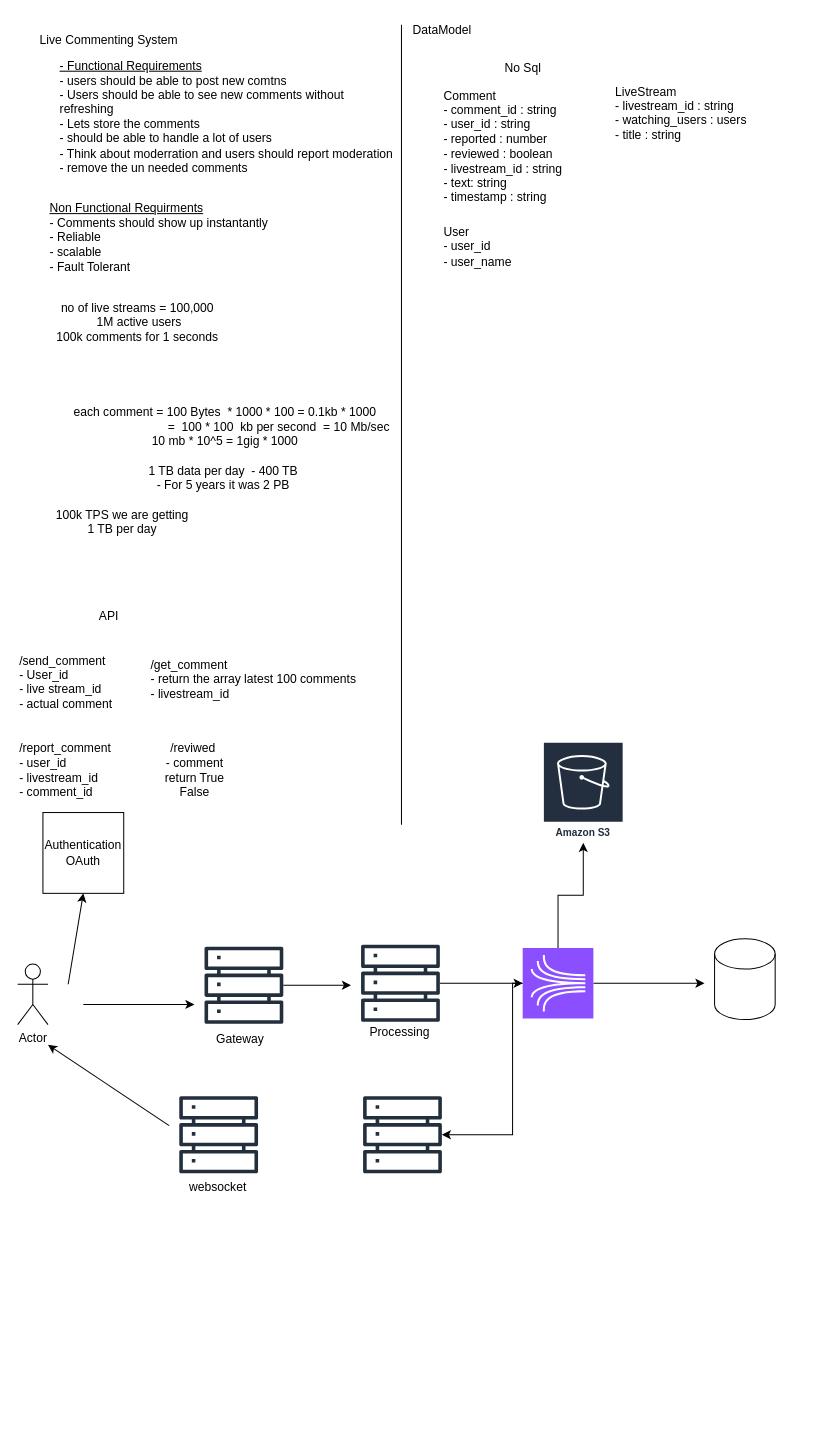
The draw.io diagram live_comments.drawio in chakri07/SystemDesignPractice, before the edit. Source tidied: cells renumbered, new cells numbered last; positions are measured from the earlier drawing's top-left corner, leaving out a move shared by most shapes. Both pictures are drawn from the tidied source at 101%, with x=0, y=0 at pixel (17, 17).
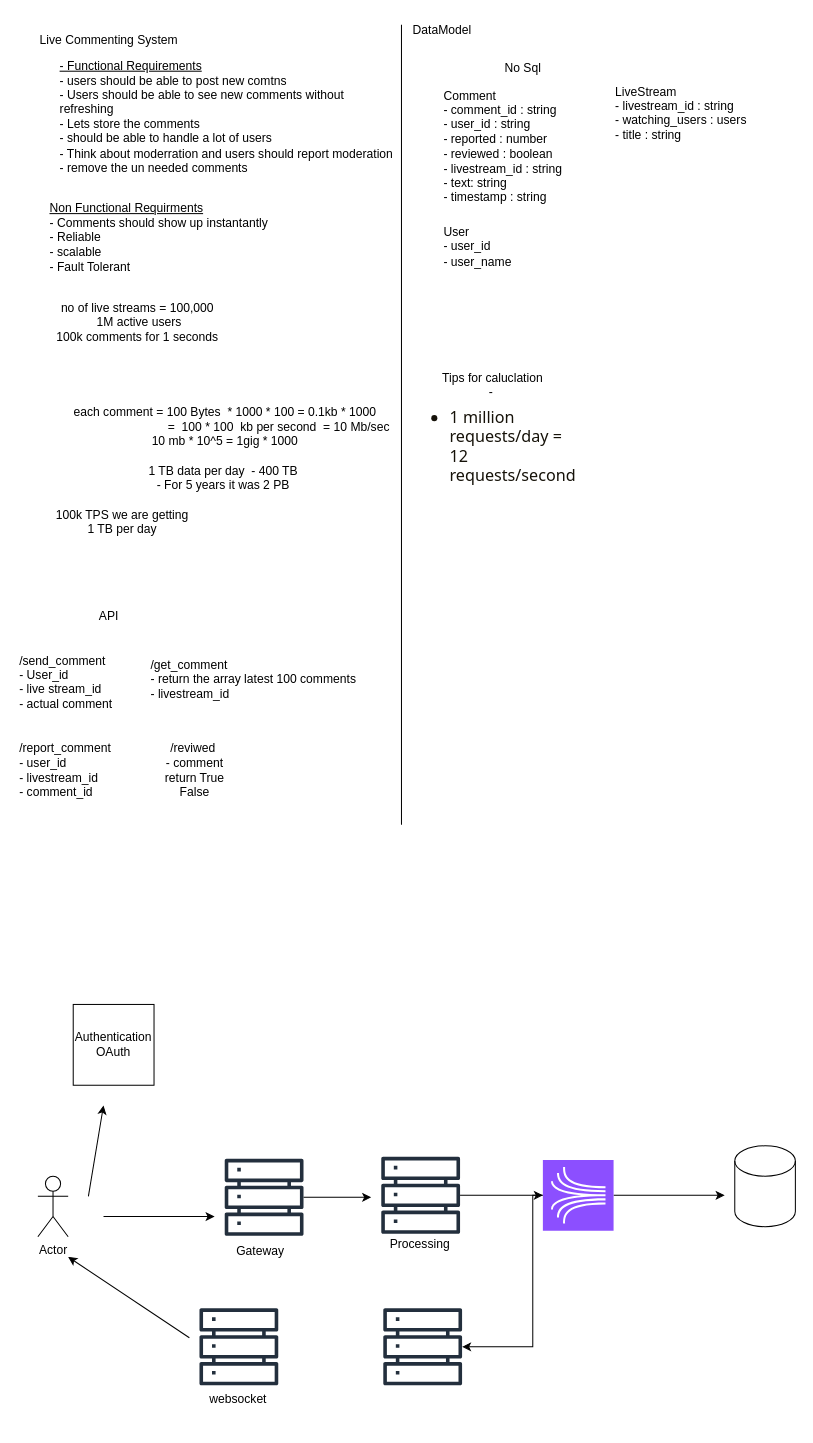
The same diagram, later.

Change to the diagram source:
```diff
@@
     <mxCell id="19" value="Actor" style="shape=umlActor;verticalLabelPosition=bottom;verticalAlign=top;html=1;" parent="1" vertex="1">
-      <mxGeometry y="937" width="30" height="60" as="geometry" />
+      <mxGeometry x="20" y="1147" width="30" height="60" as="geometry" />
     </mxCell>
-    <mxCell id="20" style="endArrow=classic;html=1;rounded=0;entryX=0.5;entryY=1;entryDx=0;entryDy=0;" parent="1" edge="1" target="21">
+    <mxCell id="20" style="endArrow=classic;html=1;rounded=0;entryX=0.5;entryY=1;entryDx=0;entryDy=0;" parent="1" edge="1">
       <mxGeometry relative="1" as="geometry">
-        <mxPoint x="50" y="957" as="sourcePoint" />
+        <mxPoint x="70" y="1167" as="sourcePoint" />
+        <mxPoint x="85" y="1077" as="targetPoint" />
       </mxGeometry>
     </mxCell>
     <mxCell id="21" value="Authentication&lt;div&gt;OAuth&lt;/div&gt;" style="whiteSpace=wrap;html=1;" parent="1" vertex="1">
-      <mxGeometry x="25" y="787" width="80" height="80" as="geometry" />
+      <mxGeometry x="55" y="977" width="80" height="80" as="geometry" />
     </mxCell>
     <mxCell id="22" style="endArrow=classic;html=1;rounded=0;" parent="1" edge="1">
       <mxGeometry relative="1" as="geometry">
-        <mxPoint x="65" y="977" as="sourcePoint" />
-        <mxPoint x="175" y="977" as="targetPoint" />
+        <mxPoint x="85" y="1187" as="sourcePoint" />
+        <mxPoint x="195" y="1187" as="targetPoint" />
       </mxGeometry>
     </mxCell>
     <mxCell id="23" style="sketch=0;fontColor=#232F3E;gradientColor=none;fillColor=#232F3D;strokeColor=none;dashed=0;verticalLabelPosition=bottom;verticalAlign=top;align=center;html=1;fontSize=12;fontStyle=0;shape=mxgraph.aws4.servers;" parent="1" vertex="1">
-      <mxGeometry x="160" y="1067" width="78" height="78" as="geometry" />
+      <mxGeometry x="180" y="1277" width="78" height="78" as="geometry" />
     </mxCell>
     <mxCell id="24" style="edgeStyle=orthogonalEdgeStyle;rounded=0;jettySize=auto;html=1;" parent="1" edge="1" source="25">
       <mxGeometry relative="1" as="geometry">
-        <mxPoint x="330" y="958" as="targetPoint" />
+        <mxPoint x="350" y="1168" as="targetPoint" />
       </mxGeometry>
     </mxCell>
     <mxCell id="25" style="sketch=0;outlineConnect=0;fontColor=#232F3E;gradientColor=none;fillColor=#232F3D;strokeColor=none;dashed=0;verticalLabelPosition=bottom;verticalAlign=top;align=center;html=1;fontSize=12;fontStyle=0;shape=mxgraph.aws4.servers;" parent="1" vertex="1">
-      <mxGeometry x="185" y="919" width="78" height="78" as="geometry" />
+      <mxGeometry x="205" y="1129" width="78" height="78" as="geometry" />
     </mxCell>
     <mxCell id="26" value="Gateway" style="text;html=1;align=center;verticalAlign=middle;strokeColor=none;fillColor=none;" parent="1" vertex="1">
-      <mxGeometry x="185" y="997" width="70" height="30" as="geometry" />
+      <mxGeometry x="205" y="1207" width="70" height="30" as="geometry" />
     </mxCell>
     <mxCell id="27" style="endArrow=classic;html=1;rounded=0;" parent="1" edge="1">
       <mxGeometry relative="1" as="geometry">
-        <mxPoint x="150" y="1097" as="sourcePoint" />
-        <mxPoint x="30" y="1017" as="targetPoint" />
+        <mxPoint x="170" y="1307" as="sourcePoint" />
+        <mxPoint x="50" y="1227" as="targetPoint" />
       </mxGeometry>
     </mxCell>
     <mxCell id="28" value="websocket&lt;div&gt;&lt;br&gt;&lt;/div&gt;" style="text;html=1;align=center;verticalAlign=middle;strokeColor=none;fillColor=none;" parent="1" vertex="1">
-      <mxGeometry x="158" y="1145" width="80" height="40" as="geometry" />
+      <mxGeometry x="178" y="1355" width="80" height="40" as="geometry" />
     </mxCell>
@@
     <mxCell id="30" style="sketch=0;outlineConnect=0;fontColor=#232F3E;gradientColor=none;fillColor=#232F3D;strokeColor=none;dashed=0;verticalLabelPosition=bottom;verticalAlign=top;align=center;html=1;fontSize=12;fontStyle=0;shape=mxgraph.aws4.servers;" parent="1" vertex="1">
-      <mxGeometry x="340" y="917" width="78" height="78" as="geometry" />
+      <mxGeometry x="360" y="1127" width="78" height="78" as="geometry" />
     </mxCell>
     <mxCell id="31" value="Processing&lt;div&gt;&lt;br&gt;&lt;/div&gt;" style="text;html=1;align=center;verticalAlign=middle;strokeColor=none;fillColor=none;" parent="1" vertex="1">
-      <mxGeometry x="338" y="992" width="80" height="40" as="geometry" />
+      <mxGeometry x="358" y="1202" width="80" height="40" as="geometry" />
     </mxCell>
     <mxCell id="32" style="sketch=0;outlineConnect=0;fontColor=#232F3E;gradientColor=none;fillColor=#232F3D;strokeColor=none;dashed=0;verticalLabelPosition=bottom;verticalAlign=top;align=center;html=1;fontSize=12;fontStyle=0;shape=mxgraph.aws4.servers;" parent="1" vertex="1">
-      <mxGeometry x="342" y="1067" width="78" height="78" as="geometry" />
+      <mxGeometry x="362" y="1277" width="78" height="78" as="geometry" />
     </mxCell>
-    <mxCell id="33" style="edgeStyle=orthogonalEdgeStyle;rounded=0;jettySize=auto;html=1;" parent="1" edge="1" source="36" target="37">
-      <mxGeometry relative="1" as="geometry" />
-    </mxCell>
     <mxCell id="34" style="edgeStyle=orthogonalEdgeStyle;rounded=0;jettySize=auto;html=1;" parent="1" edge="1" source="36" target="32">
       <mxGeometry relative="1" as="geometry">
         <Array as="points">
-          <mxPoint x="490" y="1106" />
+          <mxPoint x="510" y="1316" />
         </Array>
       </mxGeometry>
     </mxCell>
     <mxCell id="35" style="edgeStyle=orthogonalEdgeStyle;rounded=0;jettySize=auto;html=1;exitX=1;exitY=0.5;exitDx=0;exitDy=0;exitPerimeter=0;" parent="1" edge="1" source="36">
       <mxGeometry relative="1" as="geometry">
-        <mxPoint x="680" y="956" as="targetPoint" />
+        <mxPoint x="700" y="1166" as="targetPoint" />
       </mxGeometry>
     </mxCell>
     <mxCell id="36" style="sketch=0;points=[[0,0,0],[0.25,0,0],[0.5,0,0],[0.75,0,0],[1,0,0],[0,1,0],[0.25,1,0],[0.5,1,0],[0.75,1,0],[1,1,0],[0,0.25,0],[0,0.5,0],[0,0.75,0],[1,0.25,0],[1,0.5,0],[1,0.75,0]];outlineConnect=0;fontColor=#232F3E;fillColor=#8C4FFF;strokeColor=#ffffff;dashed=0;verticalLabelPosition=bottom;verticalAlign=top;align=center;html=1;fontSize=12;fontStyle=0;shape=mxgraph.aws4.resourceIcon;resIcon=mxgraph.aws4.kinesis;" parent="1" vertex="1">
-      <mxGeometry x="500" y="921" width="70" height="70" as="geometry" />
+      <mxGeometry x="520" y="1131" width="70" height="70" as="geometry" />
     </mxCell>
-    <mxCell id="37" value="Amazon S3" style="sketch=0;outlineConnect=0;fontColor=#232F3E;gradientColor=none;strokeColor=#ffffff;fillColor=#232F3E;dashed=0;verticalLabelPosition=middle;verticalAlign=bottom;align=center;html=1;whiteSpace=wrap;fontSize=10;fontStyle=1;spacing=3;shape=mxgraph.aws4.productIcon;prIcon=mxgraph.aws4.s3;" parent="1" vertex="1">
-      <mxGeometry x="520" y="717" width="80" height="100" as="geometry" />
-    </mxCell>
     <mxCell id="38" style="shape=cylinder3;whiteSpace=wrap;html=1;boundedLbl=1;backgroundOutline=1;size=15;" parent="1" vertex="1">
-      <mxGeometry x="690" y="912" width="60" height="80" as="geometry" />
+      <mxGeometry x="710" y="1117" width="60" height="80" as="geometry" />
     </mxCell>
+    <mxCell id="39" value="Tips for caluclation&lt;div&gt;-&amp;nbsp;&lt;/div&gt;&lt;ul style=&quot;margin: 0.5rem 0px; padding-left: 2.5rem; color: rgb(22, 18, 9); font-family: system-ui, -apple-system, &amp;quot;Segoe UI&amp;quot;, Roboto, Emoji, Helvetica, Arial, sans-serif; font-size: 16px; text-align: start; text-wrap-mode: wrap; background-color: rgb(255, 255, 255);&quot;&gt;&lt;li&gt;1 million requests/day = 12 requests/second&lt;/li&gt;&lt;/ul&gt;" style="text;html=1;align=center;verticalAlign=middle;strokeColor=none;fillColor=none;" parent="1" vertex="1">
+      <mxGeometry x="280" y="370" width="380" height="80" as="geometry" />
+    </mxCell>
```
